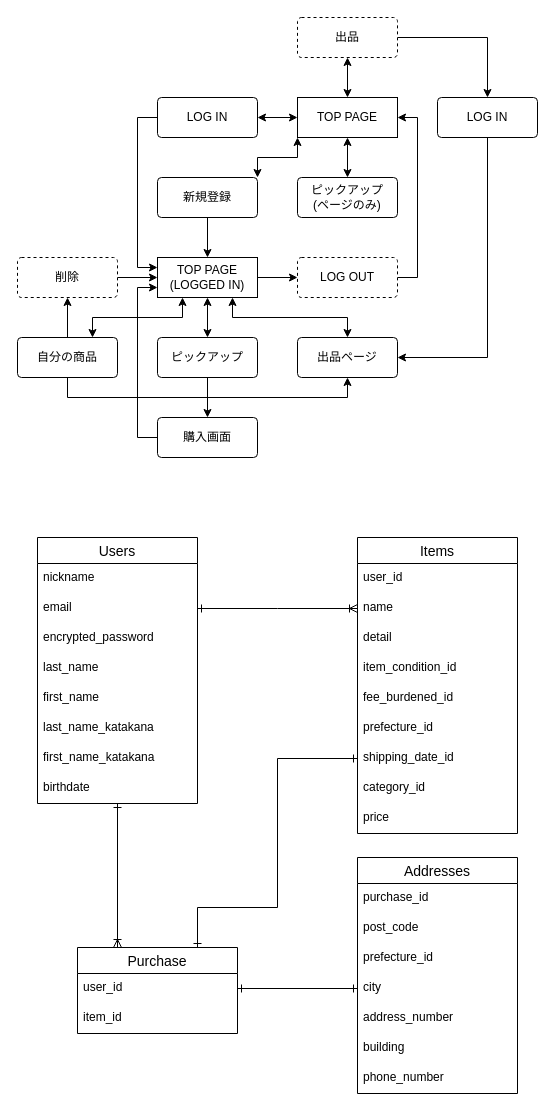
Earlier version of the draw.io diagram furima.dio (akitomoj/furima-29583). Source tidied: cells renumbered, new cells numbered last; positions are measured from the earlier drawing's top-left corner, leaving out a move shared by most shapes. Both pictures are drawn from the tidied source at 100%, with x=0, y=0 at pixel (17, 17).
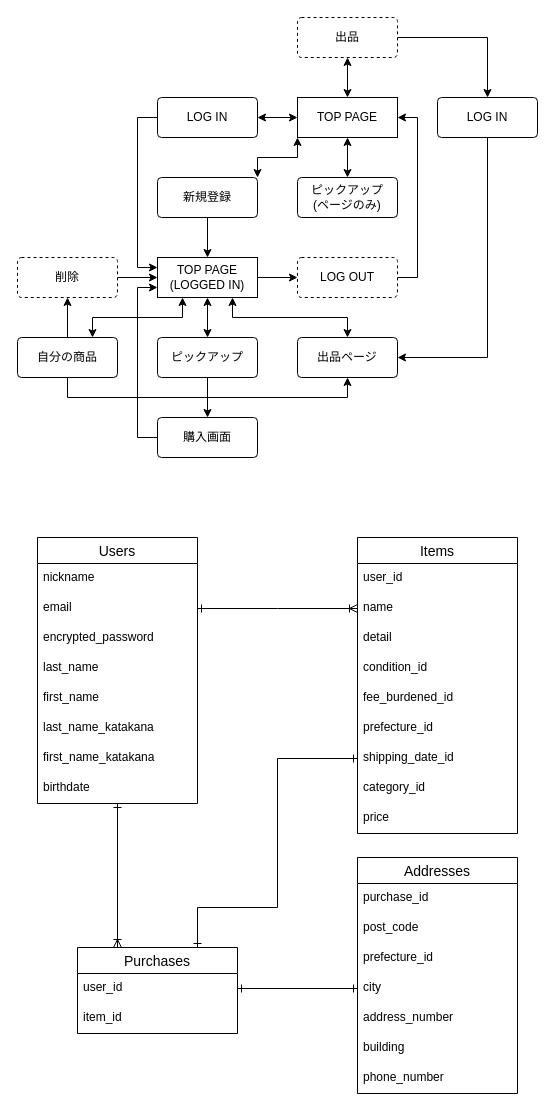
The same page after the edit.

The change refers to these unchanged cells:
```xml
<mxCell id="43" value="Items" style="swimlane;fontStyle=0;horizontal=1;startSize=26;align=center;fontSize=14;" parent="1" vertex="1">
  <mxGeometry x="340" y="520" width="160" height="296" as="geometry" />
</mxCell>
```

Change to the diagram source:
```diff
@@
-    <mxCell id="47" value="item_condition_id" style="text;strokeColor=none;fillColor=none;spacingLeft=4;spacingRight=4;overflow=hidden;fontSize=12;" parent="43" vertex="1">
+    <mxCell id="47" value="condition_id" style="text;strokeColor=none;fillColor=none;spacingLeft=4;spacingRight=4;overflow=hidden;fontSize=12;" parent="43" vertex="1">
       <mxGeometry y="116" width="160" height="30" as="geometry" />
     </mxCell>
@@
-    <mxCell id="61" value="Purchase" style="swimlane;fontStyle=0;horizontal=1;startSize=26;align=center;fontSize=14;" parent="1" vertex="1">
+    <mxCell id="61" value="Purchases" style="swimlane;fontStyle=0;horizontal=1;startSize=26;align=center;fontSize=14;" parent="1" vertex="1">
       <mxGeometry x="60" y="930" width="160" height="86" as="geometry" />
     </mxCell>
```
